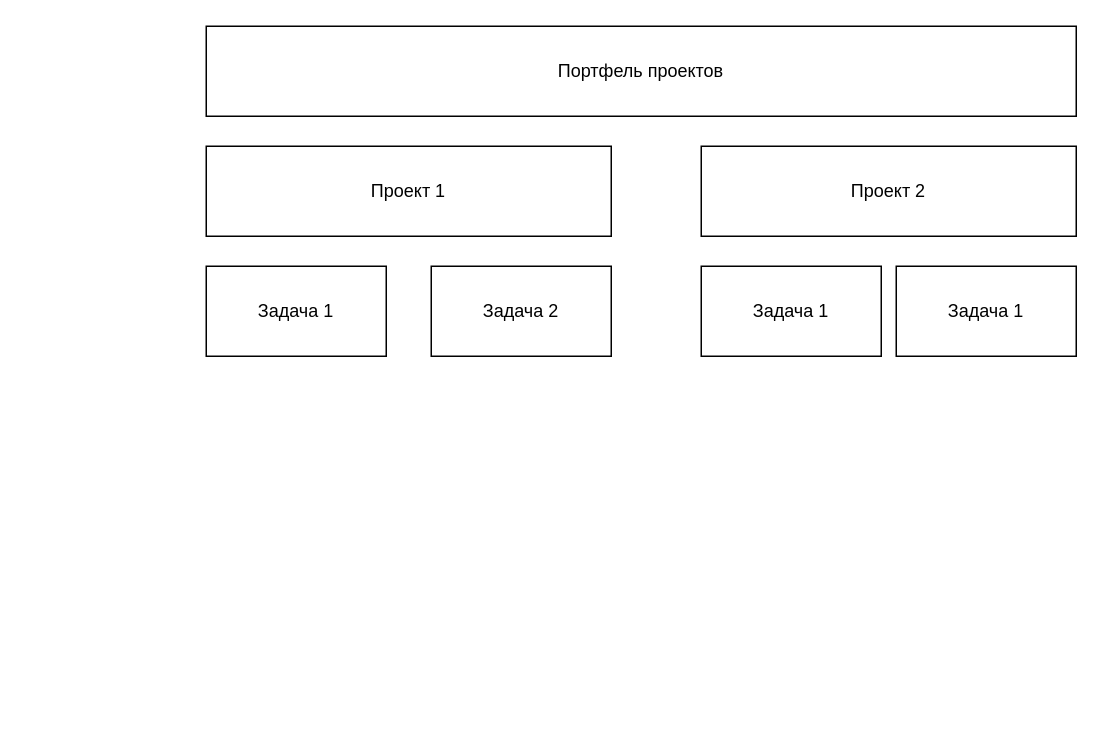
Above: Диаграмма без названия.drawio in carapuz33/android-emulator-m1-preview (draw.io), before the change. Source tidied: cells renumbered, new cells numbered last; positions are measured from the earlier drawing's top-left corner, leaving out a move shared by most shapes. Both pictures are drawn from the tidied source at 150%, with x=0, y=0 at pixel (206, 26).
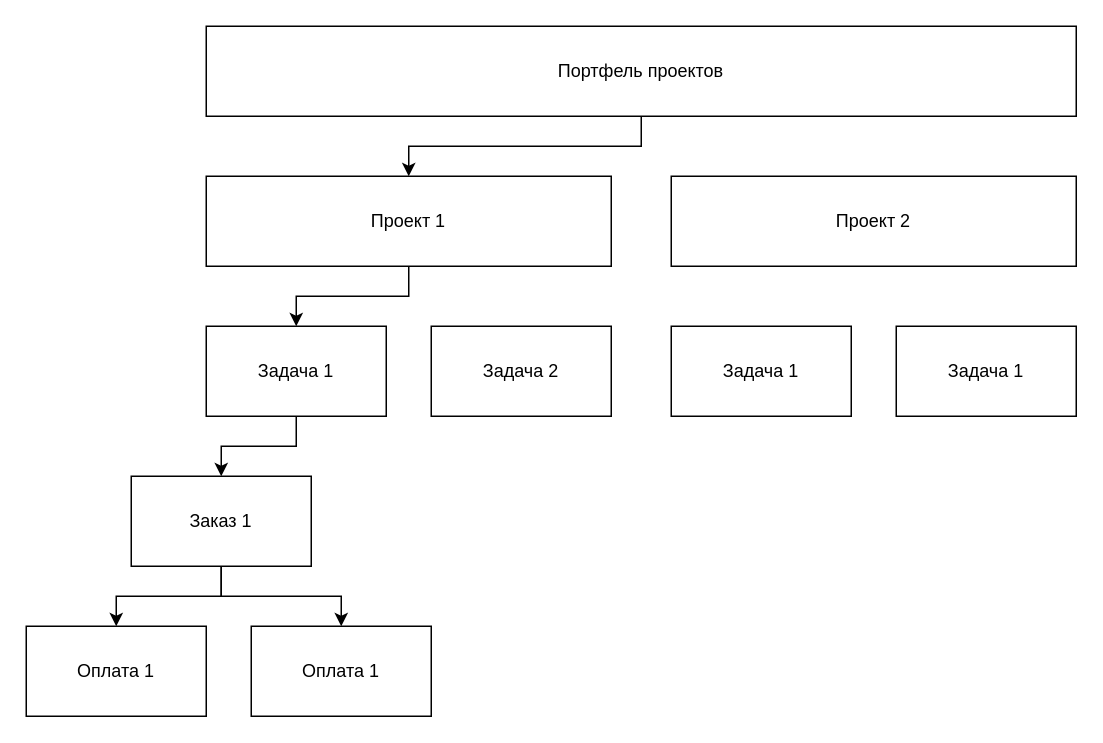
After the change.

Change to the diagram source:
```diff
@@
 <mxGraphModel>
   <root>
     <mxCell id="0" />
     <mxCell id="1" parent="0" />
+    <mxCell id="9" style="edgeStyle=orthogonalEdgeStyle;rounded=0;jettySize=auto;html=1;exitX=0.5;exitY=1;exitDx=0;exitDy=0;" parent="1" edge="1" source="2" target="3">
+      <mxGeometry relative="1" as="geometry" />
+    </mxCell>
     <mxCell id="2" value="Портфель проектов" style="rounded=0;whiteSpace=wrap;html=1;" parent="1" vertex="1">
       <mxGeometry width="580" height="60" as="geometry" />
     </mxCell>
+    <mxCell id="10" style="edgeStyle=orthogonalEdgeStyle;rounded=0;jettySize=auto;html=1;entryX=0.5;entryY=0;entryDx=0;entryDy=0;" parent="1" edge="1" source="3" target="5">
+      <mxGeometry relative="1" as="geometry" />
+    </mxCell>
     <mxCell id="3" value="Проект 1" style="rounded=0;whiteSpace=wrap;html=1;" parent="1" vertex="1">
-      <mxGeometry y="80" width="270" height="60" as="geometry" />
+      <mxGeometry y="100" width="270" height="60" as="geometry" />
     </mxCell>
     <mxCell id="4" value="Проект 2" style="rounded=0;whiteSpace=wrap;html=1;" parent="1" vertex="1">
-      <mxGeometry x="330" y="80" width="250" height="60" as="geometry" />
+      <mxGeometry x="310" y="100" width="270" height="60" as="geometry" />
     </mxCell>
+    <mxCell id="11" style="edgeStyle=orthogonalEdgeStyle;rounded=0;jettySize=auto;html=1;exitX=0.5;exitY=1;exitDx=0;exitDy=0;" parent="1" edge="1" source="5" target="14">
+      <mxGeometry relative="1" as="geometry" />
+    </mxCell>
     <mxCell id="5" value="Задача 1" style="rounded=0;whiteSpace=wrap;html=1;" parent="1" vertex="1">
-      <mxGeometry y="160" width="120" height="60" as="geometry" />
+      <mxGeometry y="200" width="120" height="60" as="geometry" />
     </mxCell>
     <mxCell id="6" value="Задача 2" style="rounded=0;whiteSpace=wrap;html=1;" parent="1" vertex="1">
-      <mxGeometry x="150" y="160" width="120" height="60" as="geometry" />
+      <mxGeometry x="150" y="200" width="120" height="60" as="geometry" />
     </mxCell>
     <mxCell id="7" value="Задача 1" style="rounded=0;whiteSpace=wrap;html=1;" parent="1" vertex="1">
-      <mxGeometry x="330" y="160" width="120" height="60" as="geometry" />
+      <mxGeometry x="310" y="200" width="120" height="60" as="geometry" />
     </mxCell>
     <mxCell id="8" value="Задача 1" style="rounded=0;whiteSpace=wrap;html=1;" parent="1" vertex="1">
-      <mxGeometry x="460" y="160" width="120" height="60" as="geometry" />
+      <mxGeometry x="460" y="200" width="120" height="60" as="geometry" />
     </mxCell>
+    <mxCell id="12" style="edgeStyle=orthogonalEdgeStyle;rounded=0;jettySize=auto;html=1;" parent="1" edge="1" source="14" target="15">
+      <mxGeometry relative="1" as="geometry" />
+    </mxCell>
+    <mxCell id="13" style="edgeStyle=orthogonalEdgeStyle;rounded=0;jettySize=auto;html=1;" parent="1" edge="1" source="14" target="16">
+      <mxGeometry relative="1" as="geometry" />
+    </mxCell>
+    <mxCell id="14" value="Заказ 1" style="rounded=0;whiteSpace=wrap;html=1;" parent="1" vertex="1">
+      <mxGeometry x="-50" y="300" width="120" height="60" as="geometry" />
+    </mxCell>
+    <mxCell id="15" value="Оплата 1" style="rounded=0;whiteSpace=wrap;html=1;" parent="1" vertex="1">
+      <mxGeometry x="-120" y="400" width="120" height="60" as="geometry" />
+    </mxCell>
+    <mxCell id="16" value="Оплата 1" style="rounded=0;whiteSpace=wrap;html=1;" parent="1" vertex="1">
+      <mxGeometry x="30" y="400" width="120" height="60" as="geometry" />
+    </mxCell>
   </root>
 </mxGraphModel>
```
